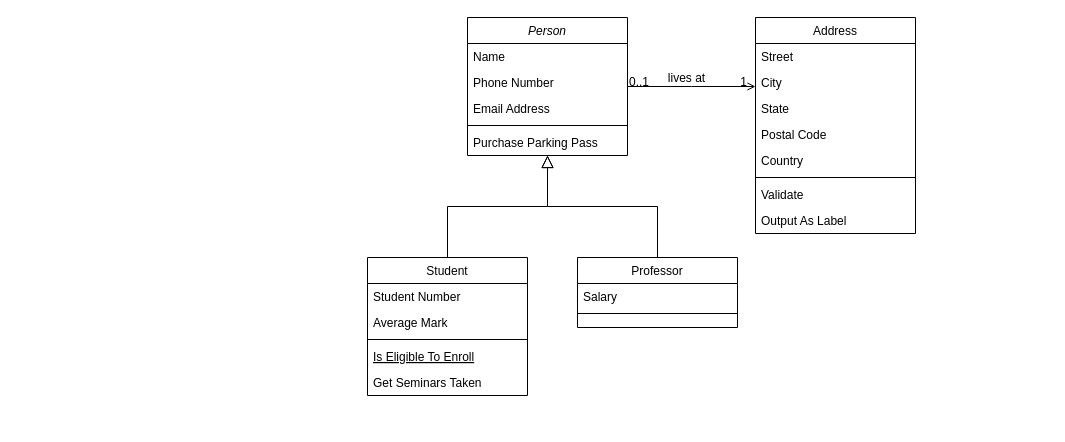
This is ParkingLotLLD.drawio from arunnambiar/ParkingLotLLDDiagram, a draw.io file, before an edit. Source tidied: cells renumbered, new cells numbered last; positions are measured from the earlier drawing's top-left corner, leaving out a move shared by most shapes. Both pictures are drawn from the tidied source at 100%, with x=0, y=0 at pixel (367, 17).
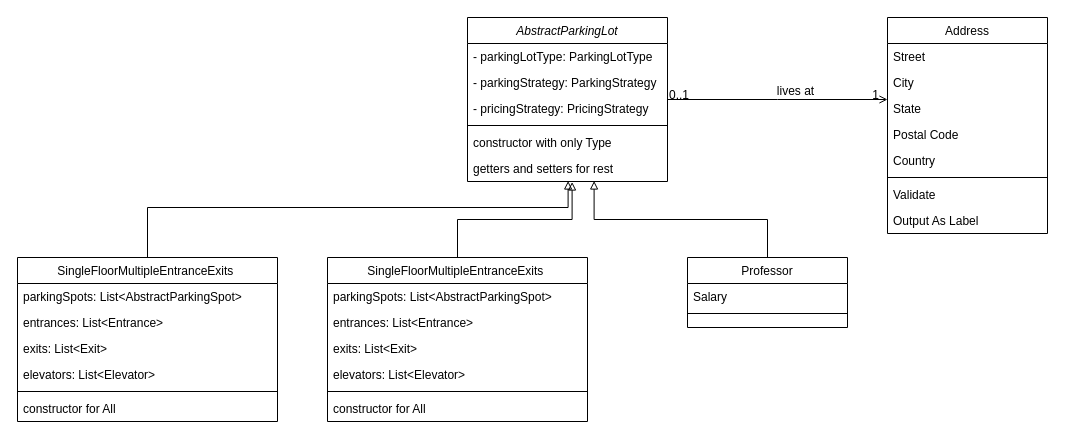
The same page after the edit.

Diff of the diagram source:
```diff
@@
-    <mxCell id="2" value="Person" style="swimlane;fontStyle=2;align=center;verticalAlign=top;horizontal=1;startSize=26;rounded=0;shadow=0;strokeWidth=1;" parent="1" vertex="1">
-      <mxGeometry x="100" width="160" height="138" as="geometry" />
+    <mxCell id="2" value="AbstractParkingLot" style="swimlane;fontStyle=2;align=center;verticalAlign=top;horizontal=1;startSize=26;rounded=0;shadow=0;strokeWidth=1;" parent="1" vertex="1">
+      <mxGeometry x="100" width="200" height="164" as="geometry" />
     </mxCell>
-    <mxCell id="3" value="Name" style="text;align=left;verticalAlign=top;spacingLeft=4;spacingRight=4;overflow=hidden;" parent="2" vertex="1">
-      <mxGeometry y="26" width="160" height="26" as="geometry" />
+    <mxCell id="3" value="- parkingLotType: ParkingLotType" style="text;align=left;verticalAlign=top;spacingLeft=4;spacingRight=4;overflow=hidden;" parent="2" vertex="1">
+      <mxGeometry y="26" width="200" height="26" as="geometry" />
     </mxCell>
-    <mxCell id="4" value="Phone Number" style="text;align=left;verticalAlign=top;spacingLeft=4;spacingRight=4;overflow=hidden;rounded=0;shadow=0;html=0;" parent="2" vertex="1">
-      <mxGeometry y="52" width="160" height="26" as="geometry" />
+    <mxCell id="4" value="- parkingStrategy: ParkingStrategy" style="text;align=left;verticalAlign=top;spacingLeft=4;spacingRight=4;overflow=hidden;rounded=0;shadow=0;html=0;" parent="2" vertex="1">
+      <mxGeometry y="52" width="200" height="26" as="geometry" />
     </mxCell>
-    <mxCell id="5" value="Email Address" style="text;align=left;verticalAlign=top;spacingLeft=4;spacingRight=4;overflow=hidden;rounded=0;shadow=0;html=0;" parent="2" vertex="1">
-      <mxGeometry y="78" width="160" height="26" as="geometry" />
+    <mxCell id="5" value="- pricingStrategy: PricingStrategy" style="text;align=left;verticalAlign=top;spacingLeft=4;spacingRight=4;overflow=hidden;rounded=0;shadow=0;html=0;" parent="2" vertex="1">
+      <mxGeometry y="78" width="200" height="26" as="geometry" />
     </mxCell>
     <mxCell id="6" style="line;html=1;strokeWidth=1;align=left;verticalAlign=middle;spacingTop=-1;spacingLeft=3;spacingRight=3;labelPosition=right;" parent="2" vertex="1">
-      <mxGeometry y="104" width="160" height="8" as="geometry" />
+      <mxGeometry y="104" width="200" height="8" as="geometry" />
     </mxCell>
-    <mxCell id="7" value="Purchase Parking Pass" style="text;align=left;verticalAlign=top;spacingLeft=4;spacingRight=4;overflow=hidden;" parent="2" vertex="1">
-      <mxGeometry y="112" width="160" height="26" as="geometry" />
-    </mxCell>
+    <mxCell id="12" value="constructor with only Type" style="text;align=left;verticalAlign=top;spacingLeft=4;spacingRight=4;overflow=hidden;fontStyle=0;" parent="2" vertex="1">
+      <mxGeometry y="112" width="200" height="26" as="geometry" />
+    </mxCell>
+    <mxCell id="32" value="getters and setters for rest" style="text;align=left;verticalAlign=top;spacingLeft=4;spacingRight=4;overflow=hidden;points=[[0,0.5],[1,0.5]];portConstraint=eastwest;fontStyle=0;" parent="2" vertex="1">
+      <mxGeometry y="138" width="200" height="26" as="geometry" />
+    </mxCell>
-    <mxCell id="8" value="Student" style="swimlane;fontStyle=0;align=center;verticalAlign=top;horizontal=1;startSize=26;rounded=0;shadow=0;strokeWidth=1;" parent="1" vertex="1">
-      <mxGeometry y="240" width="160" height="138" as="geometry" />
+    <mxCell id="8" value="SingleFloorMultipleEntranceExits " style="swimlane;fontStyle=0;align=center;verticalAlign=top;horizontal=1;startSize=26;rounded=0;shadow=0;strokeWidth=1;" parent="1" vertex="1">
+      <mxGeometry x="-40" y="240" width="260" height="164" as="geometry" />
     </mxCell>
-    <mxCell id="9" value="Student Number" style="text;align=left;verticalAlign=top;spacingLeft=4;spacingRight=4;overflow=hidden;" parent="8" vertex="1">
-      <mxGeometry y="26" width="160" height="26" as="geometry" />
+    <mxCell id="9" value="parkingSpots: List&lt;AbstractParkingSpot&gt;" style="text;align=left;verticalAlign=top;spacingLeft=4;spacingRight=4;overflow=hidden;" parent="8" vertex="1">
+      <mxGeometry y="26" width="260" height="26" as="geometry" />
     </mxCell>
-    <mxCell id="10" value="Average Mark" style="text;align=left;verticalAlign=top;spacingLeft=4;spacingRight=4;overflow=hidden;rounded=0;shadow=0;html=0;" parent="8" vertex="1">
-      <mxGeometry y="52" width="160" height="26" as="geometry" />
+    <mxCell id="10" value="entrances: List&lt;Entrance&gt;" style="text;align=left;verticalAlign=top;spacingLeft=4;spacingRight=4;overflow=hidden;rounded=0;shadow=0;html=0;" parent="8" vertex="1">
+      <mxGeometry y="52" width="260" height="26" as="geometry" />
     </mxCell>
+    <mxCell id="33" value="exits: List&lt;Exit&gt;" style="text;align=left;verticalAlign=top;spacingLeft=4;spacingRight=4;overflow=hidden;rounded=0;shadow=0;html=0;" parent="8" vertex="1">
+      <mxGeometry y="78" width="260" height="26" as="geometry" />
+    </mxCell>
+    <mxCell id="34" value="elevators: List&lt;Elevator&gt;" style="text;align=left;verticalAlign=top;spacingLeft=4;spacingRight=4;overflow=hidden;rounded=0;shadow=0;html=0;" parent="8" vertex="1">
+      <mxGeometry y="104" width="260" height="26" as="geometry" />
+    </mxCell>
     <mxCell id="11" style="line;html=1;strokeWidth=1;align=left;verticalAlign=middle;spacingTop=-1;spacingLeft=3;spacingRight=3;labelPosition=right;" parent="8" vertex="1">
-      <mxGeometry y="78" width="160" height="8" as="geometry" />
+      <mxGeometry y="130" width="260" height="8" as="geometry" />
     </mxCell>
-    <mxCell id="12" value="Is Eligible To Enroll" style="text;align=left;verticalAlign=top;spacingLeft=4;spacingRight=4;overflow=hidden;fontStyle=4;" parent="8" vertex="1">
-      <mxGeometry y="86" width="160" height="26" as="geometry" />
-    </mxCell>
-    <mxCell id="13" value="Get Seminars Taken" style="text;align=left;verticalAlign=top;spacingLeft=4;spacingRight=4;overflow=hidden;" parent="8" vertex="1">
-      <mxGeometry y="112" width="160" height="26" as="geometry" />
+    <mxCell id="13" value="constructor for All" style="text;align=left;verticalAlign=top;spacingLeft=4;spacingRight=4;overflow=hidden;" parent="8" vertex="1">
+      <mxGeometry y="138" width="260" height="26" as="geometry" />
     </mxCell>
-    <mxCell id="14" style="endArrow=block;endSize=10;endFill=0;shadow=0;strokeWidth=1;rounded=0;edgeStyle=elbowEdgeStyle;elbow=vertical;" parent="1" edge="1" source="8" target="2">
-      <mxGeometry relative="1" as="geometry" />
-    </mxCell>
     <mxCell id="15" value="Professor" style="swimlane;fontStyle=0;align=center;verticalAlign=top;horizontal=1;startSize=26;rounded=0;shadow=0;strokeWidth=1;" parent="1" vertex="1">
-      <mxGeometry x="210" y="240" width="160" height="70" as="geometry" />
+      <mxGeometry x="320" y="240" width="160" height="70" as="geometry" />
     </mxCell>
@@
-    <mxCell id="18" style="endArrow=block;endSize=10;endFill=0;shadow=0;strokeWidth=1;rounded=0;edgeStyle=elbowEdgeStyle;elbow=vertical;" parent="1" edge="1" source="15" target="2">
-      <mxGeometry relative="1" as="geometry" />
-    </mxCell>
     <mxCell id="19" value="Address" style="swimlane;fontStyle=0;align=center;verticalAlign=top;horizontal=1;startSize=26;rounded=0;shadow=0;strokeWidth=1;" parent="1" vertex="1">
-      <mxGeometry x="388" width="160" height="216" as="geometry" />
+      <mxGeometry x="520" width="160" height="216" as="geometry" />
     </mxCell>
@@
+    <mxCell id="35" style="edgeStyle=orthogonalEdgeStyle;rounded=0;jettySize=auto;html=1;endArrow=block;endFill=0;entryX=0.503;entryY=0.981;entryDx=0;entryDy=0;entryPerimeter=0;" parent="1" edge="1" source="36" target="32">
+      <mxGeometry relative="1" as="geometry">
+        <Array as="points">
+          <mxPoint x="-220" y="190" />
+          <mxPoint x="201" y="190" />
+        </Array>
+      </mxGeometry>
+    </mxCell>
+    <mxCell id="36" value="SingleFloorMultipleEntranceExits " style="swimlane;fontStyle=0;align=center;verticalAlign=top;horizontal=1;startSize=26;rounded=0;shadow=0;strokeWidth=1;" parent="1" vertex="1">
+      <mxGeometry x="-350" y="240" width="260" height="164" as="geometry" />
+    </mxCell>
+    <mxCell id="37" value="parkingSpots: List&lt;AbstractParkingSpot&gt;" style="text;align=left;verticalAlign=top;spacingLeft=4;spacingRight=4;overflow=hidden;" parent="36" vertex="1">
+      <mxGeometry y="26" width="260" height="26" as="geometry" />
+    </mxCell>
+    <mxCell id="38" value="entrances: List&lt;Entrance&gt;" style="text;align=left;verticalAlign=top;spacingLeft=4;spacingRight=4;overflow=hidden;rounded=0;shadow=0;html=0;" parent="36" vertex="1">
+      <mxGeometry y="52" width="260" height="26" as="geometry" />
+    </mxCell>
+    <mxCell id="39" value="exits: List&lt;Exit&gt;" style="text;align=left;verticalAlign=top;spacingLeft=4;spacingRight=4;overflow=hidden;rounded=0;shadow=0;html=0;" parent="36" vertex="1">
+      <mxGeometry y="78" width="260" height="26" as="geometry" />
+    </mxCell>
+    <mxCell id="40" value="elevators: List&lt;Elevator&gt;" style="text;align=left;verticalAlign=top;spacingLeft=4;spacingRight=4;overflow=hidden;rounded=0;shadow=0;html=0;" parent="36" vertex="1">
+      <mxGeometry y="104" width="260" height="26" as="geometry" />
+    </mxCell>
+    <mxCell id="41" style="line;html=1;strokeWidth=1;align=left;verticalAlign=middle;spacingTop=-1;spacingLeft=3;spacingRight=3;labelPosition=right;" parent="36" vertex="1">
+      <mxGeometry y="130" width="260" height="8" as="geometry" />
+    </mxCell>
+    <mxCell id="42" value="constructor for All" style="text;align=left;verticalAlign=top;spacingLeft=4;spacingRight=4;overflow=hidden;" parent="36" vertex="1">
+      <mxGeometry y="138" width="260" height="26" as="geometry" />
+    </mxCell>
+    <mxCell id="43" style="edgeStyle=orthogonalEdgeStyle;rounded=0;jettySize=auto;html=1;entryX=0.523;entryY=1.019;entryDx=0;entryDy=0;entryPerimeter=0;endArrow=block;endFill=0;" parent="1" edge="1" source="8" target="32">
+      <mxGeometry relative="1" as="geometry" />
+    </mxCell>
+    <mxCell id="44" style="edgeStyle=orthogonalEdgeStyle;rounded=0;jettySize=auto;html=1;entryX=0.633;entryY=0.981;entryDx=0;entryDy=0;entryPerimeter=0;endArrow=block;endFill=0;" parent="1" edge="1" source="15" target="32">
+      <mxGeometry relative="1" as="geometry" />
+    </mxCell>
```
